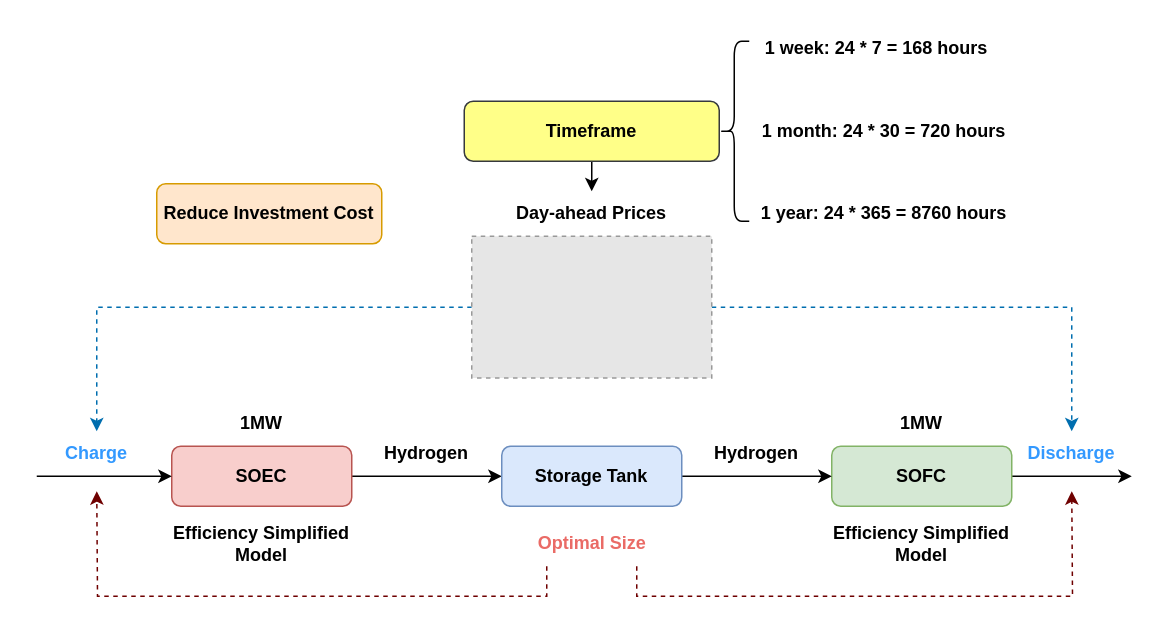
This is intermediate report/PHY657 Methodology.drawio from zhichuanma/PHY657-Project, a draw.io file, before an edit. Source tidied: cells renumbered, new cells numbered last; positions are measured from the earlier drawing's top-left corner, leaving out a move shared by most shapes. Both pictures are drawn from the tidied source at 150%, with x=0, y=0 at pixel (36, 26). Pictures stored in the file or linked from it are replaced by grey dashed boxes.
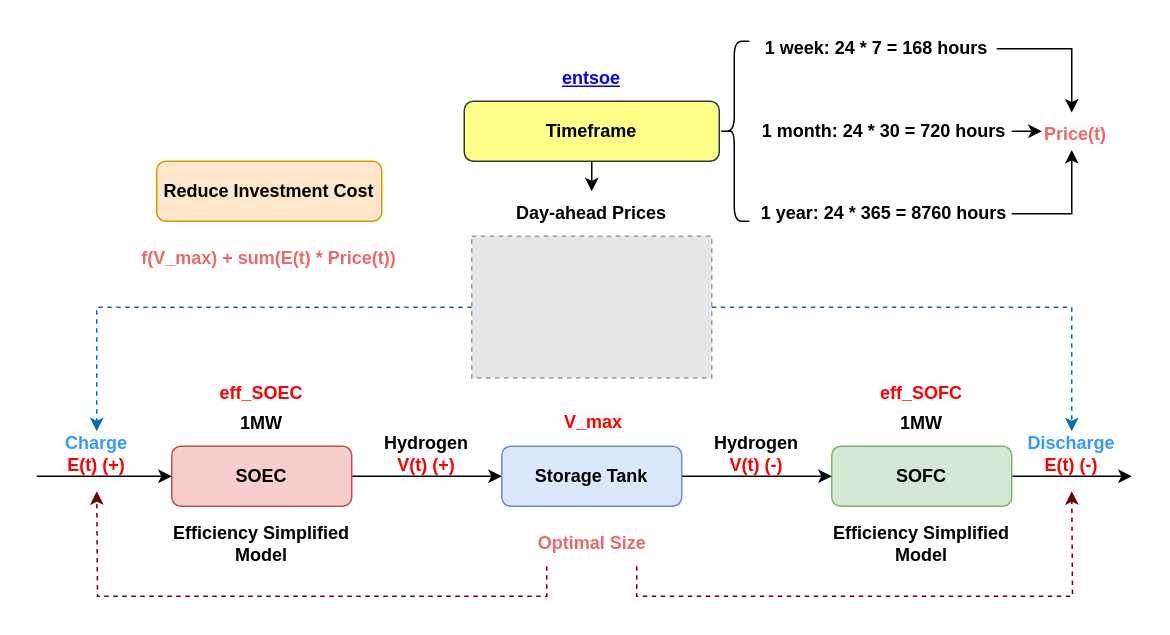
The same diagram, later.

Unchanged cells that the change refers to:
```xml
<mxCell id="27" value="1 week: 24 * 7 = 168 hours" style="text;html=1;strokeColor=none;fillColor=none;align=center;verticalAlign=middle;whiteSpace=wrap;rounded=0;fontStyle=1;" parent="1" vertex="1">
  <mxGeometry x="480" width="160" height="30" as="geometry" />
</mxCell>
<mxCell id="28" value="1 month: 24 * 30 = 720 hours" style="text;html=1;strokeColor=none;fillColor=none;align=center;verticalAlign=middle;whiteSpace=wrap;rounded=0;fontStyle=1;" parent="1" vertex="1">
  <mxGeometry x="480" y="55" width="170" height="30" as="geometry" />
</mxCell>
<mxCell id="29" value="1 year: 24 * 365 = 8760 hours" style="text;html=1;strokeColor=none;fillColor=none;align=center;verticalAlign=middle;whiteSpace=wrap;rounded=0;fontStyle=1;" parent="1" vertex="1">
  <mxGeometry x="480" y="110" width="170" height="30" as="geometry" />
</mxCell>
```

The edit, as a diff of the source:
```diff
@@
-    <mxCell id="8" value="&lt;b&gt;Hydrogen&lt;/b&gt;" style="text;html=1;strokeColor=none;fillColor=none;align=center;verticalAlign=middle;whiteSpace=wrap;rounded=0;" parent="1" vertex="1">
+    <mxCell id="8" value="&lt;b&gt;Hydrogen &lt;font color=&quot;#ff0000&quot;&gt;V(t) (+)&lt;/font&gt;&lt;/b&gt;" style="text;html=1;strokeColor=none;fillColor=none;align=center;verticalAlign=middle;whiteSpace=wrap;rounded=0;" parent="1" vertex="1">
       <mxGeometry x="230" y="270" width="60" height="30" as="geometry" />
     </mxCell>
-    <mxCell id="9" value="&lt;b&gt;Hydrogen&lt;/b&gt;" style="text;html=1;strokeColor=none;fillColor=none;align=center;verticalAlign=middle;whiteSpace=wrap;rounded=0;" parent="1" vertex="1">
+    <mxCell id="9" value="&lt;b&gt;Hydrogen&lt;br&gt;&lt;font color=&quot;#ff0000&quot;&gt;V(t) (-)&lt;/font&gt;&lt;br&gt;&lt;/b&gt;" style="text;html=1;strokeColor=none;fillColor=none;align=center;verticalAlign=middle;whiteSpace=wrap;rounded=0;" parent="1" vertex="1">
       <mxGeometry x="450" y="270" width="60" height="30" as="geometry" />
     </mxCell>
@@
-    <mxCell id="11" value="&lt;b&gt;Charge&lt;/b&gt;" style="text;html=1;strokeColor=none;fillColor=none;align=center;verticalAlign=middle;whiteSpace=wrap;rounded=0;fontColor=#3399FF;" parent="1" vertex="1">
+    <mxCell id="11" value="&lt;b&gt;Charge &lt;font color=&quot;#ff0000&quot;&gt;E(t) (+)&lt;/font&gt;&lt;/b&gt;" style="text;html=1;strokeColor=none;fillColor=none;align=center;verticalAlign=middle;whiteSpace=wrap;rounded=0;fontColor=#3399FF;" parent="1" vertex="1">
       <mxGeometry x="10" y="270" width="60" height="30" as="geometry" />
     </mxCell>
-    <mxCell id="12" value="&lt;b&gt;Discharge&lt;/b&gt;" style="text;html=1;strokeColor=none;fillColor=none;align=center;verticalAlign=middle;whiteSpace=wrap;rounded=0;fontColor=#3399FF;" parent="1" vertex="1">
+    <mxCell id="12" value="&lt;b&gt;Discharge&lt;br&gt;&lt;font color=&quot;#ff0000&quot;&gt;E(t) (-)&lt;/font&gt;&lt;br&gt;&lt;/b&gt;" style="text;html=1;strokeColor=none;fillColor=none;align=center;verticalAlign=middle;whiteSpace=wrap;rounded=0;fontColor=#3399FF;" parent="1" vertex="1">
       <mxGeometry x="660" y="270" width="60" height="30" as="geometry" />
     </mxCell>
@@
+    <mxCell id="31" style="edgeStyle=orthogonalEdgeStyle;rounded=0;jettySize=auto;html=1;exitX=1;exitY=0.5;exitDx=0;exitDy=0;entryX=0.5;entryY=0;entryDx=0;entryDy=0;" parent="1" edge="1" source="27" target="38">
+      <mxGeometry relative="1" as="geometry" />
+    </mxCell>
@@
+    <mxCell id="32" style="edgeStyle=orthogonalEdgeStyle;rounded=0;jettySize=auto;html=1;exitX=1;exitY=0.5;exitDx=0;exitDy=0;entryX=0;entryY=0.5;entryDx=0;entryDy=0;" parent="1" edge="1" source="28" target="38">
+      <mxGeometry relative="1" as="geometry" />
+    </mxCell>
@@
+    <mxCell id="33" style="edgeStyle=orthogonalEdgeStyle;rounded=0;jettySize=auto;html=1;exitX=1;exitY=0.5;exitDx=0;exitDy=0;entryX=0.5;entryY=1;entryDx=0;entryDy=0;" parent="1" edge="1" source="29" target="38">
+      <mxGeometry relative="1" as="geometry" />
+    </mxCell>
@@
     <mxCell id="30" value="&lt;b&gt;Reduce Investment Cost&lt;/b&gt;" style="rounded=1;whiteSpace=wrap;html=1;fillColor=#ffe6cc;strokeColor=#d79b00;" parent="1" vertex="1">
-      <mxGeometry x="80" y="105" width="150" height="40" as="geometry" />
+      <mxGeometry x="80" y="90" width="150" height="40" as="geometry" />
     </mxCell>
+    <mxCell id="34" value="&lt;b&gt;&lt;font color=&quot;#ff0000&quot;&gt;eff_SOEC&lt;/font&gt;&lt;/b&gt;" style="text;html=1;strokeColor=none;fillColor=none;align=center;verticalAlign=middle;whiteSpace=wrap;rounded=0;" parent="1" vertex="1">
+      <mxGeometry x="120" y="230" width="60" height="30" as="geometry" />
+    </mxCell>
+    <mxCell id="35" value="&lt;b&gt;&lt;font color=&quot;#ff0000&quot;&gt;eff_SOFC&lt;/font&gt;&lt;/b&gt;" style="text;html=1;strokeColor=none;fillColor=none;align=center;verticalAlign=middle;whiteSpace=wrap;rounded=0;" parent="1" vertex="1">
+      <mxGeometry x="560" y="230" width="60" height="30" as="geometry" />
+    </mxCell>
+    <mxCell id="36" value="&lt;b&gt;&lt;font color=&quot;#ea6b66&quot;&gt;f(V_max) + sum(E(t) * Price(t))&lt;/font&gt;&lt;/b&gt;" style="text;html=1;strokeColor=none;fillColor=none;align=center;verticalAlign=middle;whiteSpace=wrap;rounded=0;" parent="1" vertex="1">
+      <mxGeometry x="65" y="140" width="180" height="30" as="geometry" />
+    </mxCell>
+    <mxCell id="37" value="&lt;span style=&quot;font-family: Helvetica; font-size: 12px; font-style: normal; font-variant-ligatures: normal; font-variant-caps: normal; letter-spacing: normal; orphans: 2; text-align: center; text-indent: 0px; text-transform: none; widows: 2; word-spacing: 0px; -webkit-text-stroke-width: 0px; background-color: rgb(251, 251, 251); text-decoration-thickness: initial; text-decoration-style: initial; text-decoration-color: initial; float: none; display: inline !important;&quot;&gt;&lt;b style=&quot;&quot;&gt;&lt;font color=&quot;#ff0000&quot;&gt;V_max&lt;/font&gt;&lt;/b&gt;&lt;/span&gt;" style="text;whiteSpace=wrap;html=1;" parent="1" vertex="1">
+      <mxGeometry x="350" y="250" width="40" height="30" as="geometry" />
+    </mxCell>
+    <mxCell id="38" value="&lt;b style=&quot;border-color: var(--border-color); color: rgb(0, 0, 0); font-family: Helvetica; font-size: 12px; font-style: normal; font-variant-ligatures: normal; font-variant-caps: normal; letter-spacing: normal; orphans: 2; text-align: center; text-indent: 0px; text-transform: none; widows: 2; word-spacing: 0px; -webkit-text-stroke-width: 0px; background-color: rgb(251, 251, 251); text-decoration-thickness: initial; text-decoration-style: initial; text-decoration-color: initial;&quot;&gt;&lt;font style=&quot;border-color: var(--border-color);&quot; color=&quot;#ea6b66&quot;&gt;Price(t)&lt;/font&gt;&lt;/b&gt;" style="text;whiteSpace=wrap;html=1;" parent="1" vertex="1">
+      <mxGeometry x="670" y="57.5" width="40" height="25" as="geometry" />
+    </mxCell>
+    <mxCell id="39" value="&lt;b&gt;&lt;a href=&quot;https://transparency.entsoe.eu/transmission-domain/r2/dayAheadPrices/show?name=&amp;amp;defaultValue=false&amp;amp;viewType=TABLE&amp;amp;areaType=BZN&amp;amp;atch=false&amp;amp;dateTime.dateTime=13.12.2023+00:00|CET|DAY&amp;amp;biddingZone.values=CTY|10YSE-1--------K!BZN|10Y1001A1001A47J&amp;amp;resolution.values=PT60M&amp;amp;dateTime.timezone=CET_CEST&amp;amp;dateTime.timezone_input=CET+(UTC+1)+/+CEST+(UTC+2)&quot;&gt;entsoe&lt;/a&gt;&lt;/b&gt;" style="text;html=1;strokeColor=none;fillColor=none;align=center;verticalAlign=middle;whiteSpace=wrap;rounded=0;" parent="1" vertex="1">
+      <mxGeometry x="340" y="20" width="60" height="30" as="geometry" />
+    </mxCell>
```
